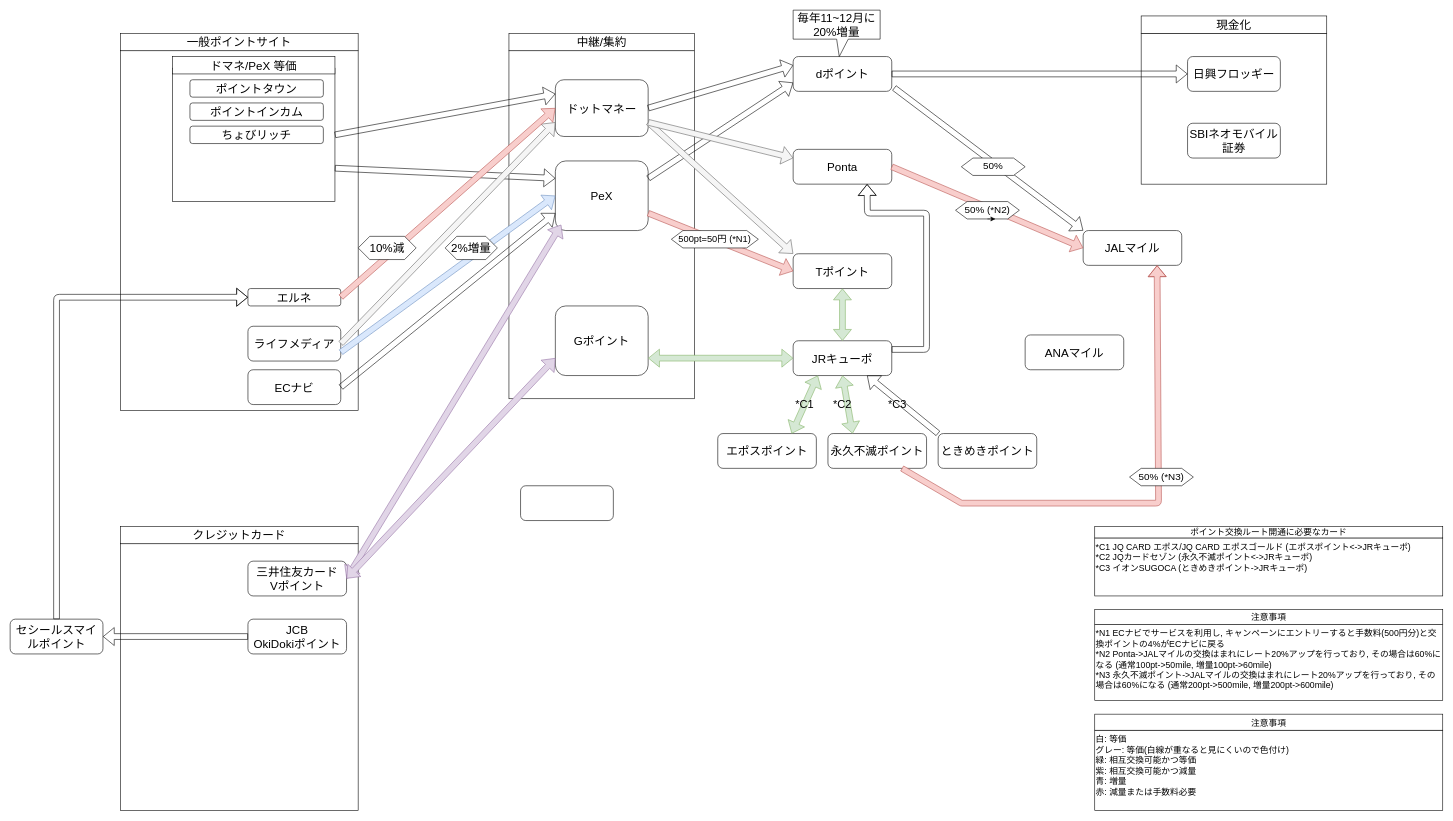
Before: ポイントフロー.drawio in hiroxto/point-flow, a draw.io diagram. Source tidied: cells renumbered, new cells numbered last; positions are measured from the earlier drawing's top-left corner, leaving out a move shared by most shapes. Both pictures are drawn from the tidied source at 58%, with x=0, y=0 at pixel (10, 10).
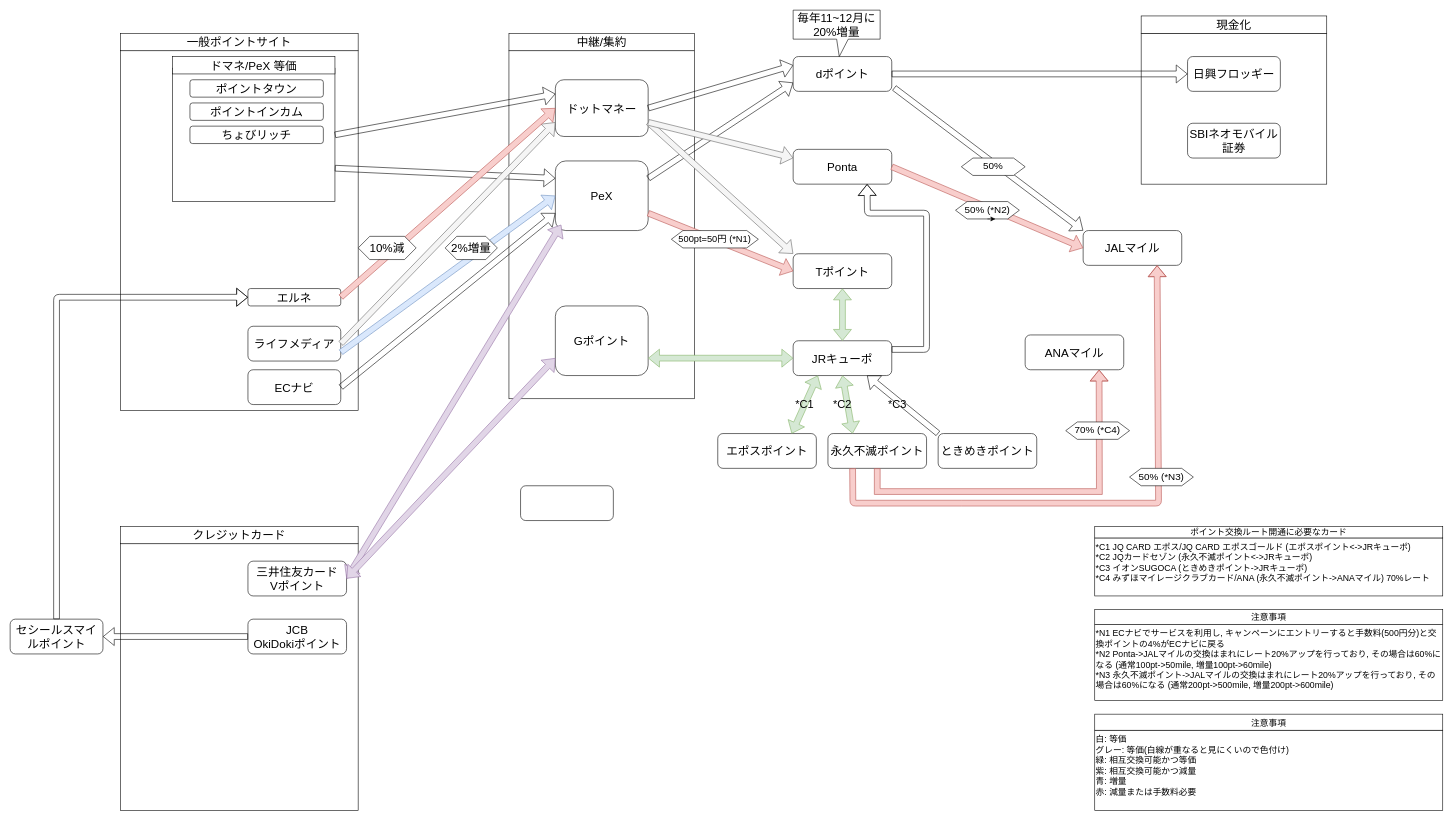
The same diagram, later.

Commit message:
Update ポイントフロー.drawio

The change refers to these unchanged cells:
```xml
<mxCell id="44" value="永久不滅ポイント" style="rounded=1;whiteSpace=wrap;html=1;fontSize=20;" parent="1" vertex="1">
  <mxGeometry x="1410" y="730" width="170" height="60" as="geometry" />
</mxCell>
<mxCell id="48" value="JALマイル" style="rounded=1;whiteSpace=wrap;html=1;fontSize=20;" parent="1" vertex="1">
  <mxGeometry x="1850" y="380" width="170" height="60" as="geometry" />
</mxCell>
<mxCell id="49" value="ANAマイル" style="rounded=1;whiteSpace=wrap;html=1;fontSize=20;" parent="1" vertex="1">
  <mxGeometry x="1750" y="560" width="170" height="60" as="geometry" />
</mxCell>
<mxCell id="66" style="group;" parent="65" vertex="1">
  <mxGeometry y="10" width="600" height="120" as="geometry" />
</mxCell>
```

Change to the diagram source:
```diff
@@
-    <mxCell id="67" value="&lt;font style=&quot;font-size: 15px&quot;&gt;*C1 JQ CARD エポス/JQ CARD エポスゴールド (エポスポイント&amp;lt;-&amp;gt;JRキューポ)&lt;br&gt;*C2 JQカードセゾン (永久不滅ポイント&amp;lt;-&amp;gt;JRキューポ)&lt;br&gt;*C3 イオンSUGOCA (ときめきポイント-&amp;gt;JRキューポ)&lt;br&gt;&lt;/font&gt;" style="rounded=0;whiteSpace=wrap;html=1;fontSize=12;align=left;verticalAlign=top;" parent="66" vertex="1">
+    <mxCell id="67" value="&lt;font style=&quot;font-size: 15px&quot;&gt;*C1 JQ CARD エポス/JQ CARD エポスゴールド (エポスポイント&amp;lt;-&amp;gt;JRキューポ)&lt;br&gt;*C2 JQカードセゾン (永久不滅ポイント&amp;lt;-&amp;gt;JRキューポ)&lt;br&gt;*C3 イオンSUGOCA (ときめきポイント-&amp;gt;JRキューポ)&lt;br&gt;*C4 みずほマイレージクラブカード/ANA (永久不滅ポイント-&amp;gt;ANAマイル) 70%レート&lt;br&gt;&lt;/font&gt;" style="rounded=0;whiteSpace=wrap;html=1;fontSize=12;align=left;verticalAlign=top;" parent="66" vertex="1">
       <mxGeometry y="20" width="600" height="100" as="geometry" />
     </mxCell>
@@
-    <mxCell id="84" style="shape=flexArrow;endArrow=classic;html=1;exitX=0.75;exitY=1;exitDx=0;exitDy=0;entryX=0.75;entryY=1;entryDx=0;entryDy=0;fillColor=#f8cecc;strokeColor=#b85450;" parent="1" edge="1" source="44" target="48">
+    <mxCell id="84" style="shape=flexArrow;endArrow=classic;html=1;entryX=0.75;entryY=1;entryDx=0;entryDy=0;fillColor=#f8cecc;strokeColor=#b85450;exitX=0.25;exitY=1;exitDx=0;exitDy=0;" parent="1" edge="1" source="44" target="48">
       <mxGeometry relative="1" as="geometry">
         <Array as="points">
+          <mxPoint x="1453" y="850" />
           <mxPoint x="1640" y="850" />
           <mxPoint x="1980" y="850" />
         </Array>
       </mxGeometry>
     </mxCell>
@@
+    <mxCell id="86" style="shape=flexArrow;endArrow=classic;html=1;rounded=0;entryX=0.75;entryY=1;entryDx=0;entryDy=0;exitX=0.5;exitY=1;exitDx=0;exitDy=0;fillColor=#f8cecc;strokeColor=#b85450;" parent="1" edge="1" source="44" target="49">
+      <mxGeometry relative="1" as="geometry">
+        <Array as="points">
+          <mxPoint x="1495" y="830" />
+          <mxPoint x="1878" y="830" />
+        </Array>
+      </mxGeometry>
+    </mxCell>
+    <mxCell id="87" value="70% (*C4)" style="shape=hexagon;perimeter=hexagonPerimeter2;whiteSpace=wrap;html=1;fixedSize=1;fontSize=17;" parent="1" vertex="1">
+      <mxGeometry x="1820" y="710" width="110" height="30" as="geometry" />
+    </mxCell>
```
